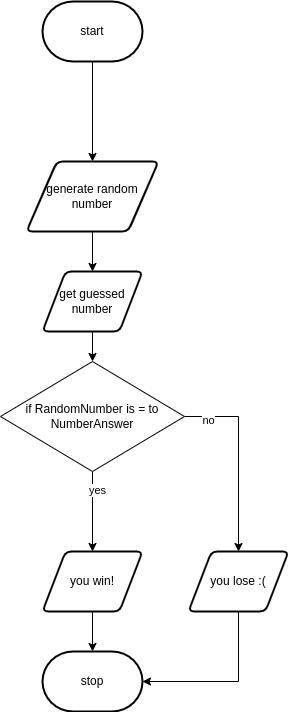
Before: flow.png, a diagram exported from draw.io (devin-jhu/ICS3U-Unit3-03-Python). Source tidied: cells renumbered, new cells last; positions are measured from the earlier drawing's top-left corner, leaving out a move shared by most shapes.
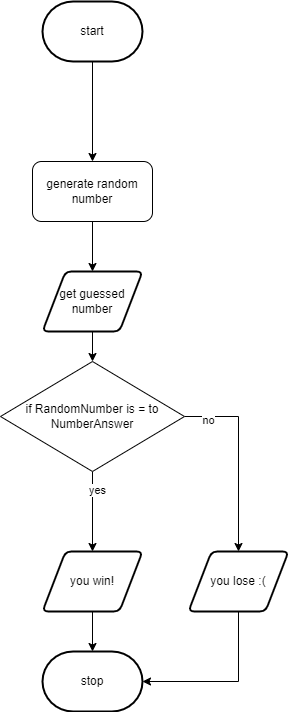
The same diagram one commit later.

Change to the diagram source:
```diff
@@ -2,8 +2,10 @@
   <root>
     <mxCell id="0" />
     <mxCell id="1" parent="0" />
-    <mxCell id="2" style="edgeStyle=none;html=1;exitX=0.5;exitY=1;exitDx=0;exitDy=0;exitPerimeter=0;" parent="1" edge="1" source="3" target="17">
-      <mxGeometry relative="1" as="geometry" />
+    <mxCell id="2" style="edgeStyle=none;html=1;exitX=0.5;exitY=1;exitDx=0;exitDy=0;exitPerimeter=0;" parent="1" edge="1" source="3">
+      <mxGeometry relative="1" as="geometry">
+        <mxPoint x="92" y="160" as="targetPoint" />
+      </mxGeometry>
     </mxCell>
     <mxCell id="3" value="start" style="strokeWidth=2;html=1;shape=mxgraph.flowchart.terminator;whiteSpace=wrap;" parent="1" vertex="1">
       <mxGeometry x="42" width="100" height="60" as="geometry" />
@@ -51,8 +53,8 @@
     <mxCell id="16" style="edgeStyle=none;html=1;exitX=0.5;exitY=1;exitDx=0;exitDy=0;entryX=0.5;entryY=0;entryDx=0;entryDy=0;" parent="1" edge="1" source="17" target="5">
       <mxGeometry relative="1" as="geometry" />
     </mxCell>
-    <mxCell id="17" value="generate random number" style="shape=parallelogram;html=1;strokeWidth=2;perimeter=parallelogramPerimeter;whiteSpace=wrap;rounded=1;arcSize=12;size=0.23;" parent="1" vertex="1">
-      <mxGeometry x="26" y="160" width="132" height="70" as="geometry" />
+    <mxCell id="17" value="&lt;span&gt;generate random number&lt;/span&gt;" style="rounded=1;whiteSpace=wrap;html=1;" parent="1" vertex="1">
+      <mxGeometry x="32" y="160" width="120" height="60" as="geometry" />
     </mxCell>
   </root>
 </mxGraphModel>
```
